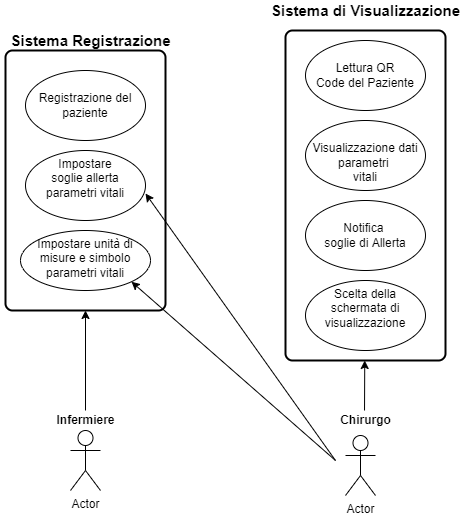
Above: doc/images/useCase.png in lucagiorgettismp/AzureHealthcareDigitalTwins (draw.io), before the change. Source tidied: cells renumbered, new cells last; positions are measured from the earlier drawing's top-left corner, leaving out a move shared by most shapes. Its diagram source:
```xml
<mxGraphModel>
  <root>
    <mxCell id="0" />
    <mxCell id="1" parent="0" />
    <mxCell id="2" value="&lt;br&gt;Lettura QR&lt;br&gt;Code del Paziente" style="ellipse;whiteSpace=wrap;html=1;verticalAlign=top;" parent="1" vertex="1">
      <mxGeometry x="305" y="40" width="120" height="70" as="geometry" />
    </mxCell>
    <mxCell id="3" style="rounded=1;whiteSpace=wrap;html=1;absoluteArcSize=1;arcSize=14;strokeWidth=2;fontSize=15;fillColor=none;" parent="1" vertex="1">
      <mxGeometry x="285" y="30" width="160" height="330" as="geometry" />
    </mxCell>
    <mxCell id="4" value="&lt;b&gt;Sistema di Visualizzazione&lt;/b&gt;" style="text;html=1;align=center;verticalAlign=middle;strokeColor=none;fillColor=none;fontSize=15;" parent="1" vertex="1">
      <mxGeometry x="265" width="200" height="20" as="geometry" />
    </mxCell>
    <mxCell id="5" value="&lt;br&gt;Visualizzazione dati parametri&amp;nbsp;&lt;br&gt;vitali" style="ellipse;whiteSpace=wrap;html=1;verticalAlign=top;" parent="1" vertex="1">
      <mxGeometry x="305" y="120" width="120" height="70" as="geometry" />
    </mxCell>
    <mxCell id="6" value="Scelta della schermata di visualizzazione" style="ellipse;whiteSpace=wrap;html=1;verticalAlign=top;" parent="1" vertex="1">
      <mxGeometry x="305" y="280" width="120" height="70" as="geometry" />
    </mxCell>
    <mxCell id="7" value="Actor" style="shape=umlActor;verticalLabelPosition=bottom;verticalAlign=top;html=1;" parent="1" vertex="1">
      <mxGeometry x="345" y="435" width="30" height="60" as="geometry" />
    </mxCell>
    <mxCell id="8" value="&lt;b&gt;Chirurgo&lt;/b&gt;" style="text;html=1;align=center;verticalAlign=middle;points=[];strokeColor=none;fillColor=none;" parent="1" vertex="1">
      <mxGeometry x="330" y="410" width="70" height="20" as="geometry" />
    </mxCell>
    <mxCell id="9" value="Actor" style="shape=umlActor;verticalLabelPosition=bottom;verticalAlign=top;html=1;" parent="1" vertex="1">
      <mxGeometry x="70" y="430" width="30" height="60" as="geometry" />
    </mxCell>
    <mxCell id="10" value="&lt;b&gt;Infermiere&lt;/b&gt;" style="text;html=1;align=center;verticalAlign=middle;points=[];strokeColor=none;fillColor=none;" parent="1" vertex="1">
      <mxGeometry x="50" y="410" width="70" height="20" as="geometry" />
    </mxCell>
    <mxCell id="11" value="&lt;br&gt;Registrazione del paziente" style="ellipse;whiteSpace=wrap;html=1;verticalAlign=top;" parent="1" vertex="1">
      <mxGeometry x="25" y="70" width="120" height="70" as="geometry" />
    </mxCell>
    <mxCell id="12" value="Impostare&lt;br&gt;soglie allerta parametri vitali" style="ellipse;whiteSpace=wrap;html=1;verticalAlign=top;" parent="1" vertex="1">
      <mxGeometry x="25" y="150" width="120" height="70" as="geometry" />
    </mxCell>
    <mxCell id="13" value="Impostare unità di misure e simbolo parametri vitali" style="ellipse;whiteSpace=wrap;html=1;verticalAlign=top;" parent="1" vertex="1">
      <mxGeometry x="20" y="230" width="130" height="60" as="geometry" />
    </mxCell>
    <mxCell id="14" style="rounded=1;whiteSpace=wrap;html=1;absoluteArcSize=1;arcSize=14;strokeWidth=2;fontSize=15;fillColor=none;" parent="1" vertex="1">
      <mxGeometry x="5" y="50" width="160" height="260" as="geometry" />
    </mxCell>
    <mxCell id="15" value="&lt;b&gt;Sistema Registrazione&lt;/b&gt;" style="text;html=1;align=center;verticalAlign=middle;strokeColor=none;fillColor=none;fontSize=15;" parent="1" vertex="1">
      <mxGeometry y="30" width="180" height="20" as="geometry" />
    </mxCell>
    <mxCell id="16" value="&lt;br&gt;Notifica &lt;br&gt;soglie di Allerta" style="ellipse;whiteSpace=wrap;html=1;verticalAlign=top;" parent="1" vertex="1">
      <mxGeometry x="305" y="200" width="120" height="70" as="geometry" />
    </mxCell>
    <mxCell id="17" style="endArrow=classic;html=1;rounded=0;fontSize=12;entryX=1;entryY=0.614;entryDx=0;entryDy=0;entryPerimeter=0;" parent="1" edge="1" target="12">
      <mxGeometry relative="1" as="geometry">
        <mxPoint x="335" y="460" as="sourcePoint" />
      </mxGeometry>
    </mxCell>
    <mxCell id="18" style="endArrow=classic;html=1;rounded=0;fontSize=12;entryX=1;entryY=1;entryDx=0;entryDy=0;" parent="1" edge="1" target="13">
      <mxGeometry relative="1" as="geometry">
        <mxPoint x="335" y="460" as="sourcePoint" />
      </mxGeometry>
    </mxCell>
    <mxCell id="19" style="endArrow=classic;html=1;rounded=0;fontSize=12;exitX=0.486;exitY=0;exitDx=0;exitDy=0;exitPerimeter=0;" parent="1" edge="1" source="8" target="3">
      <mxGeometry relative="1" as="geometry" />
    </mxCell>
    <mxCell id="20" style="endArrow=classic;html=1;rounded=0;fontSize=12;entryX=0.5;entryY=1;entryDx=0;entryDy=0;" parent="1" edge="1" source="10" target="14">
      <mxGeometry relative="1" as="geometry" />
    </mxCell>
  </root>
</mxGraphModel>
```
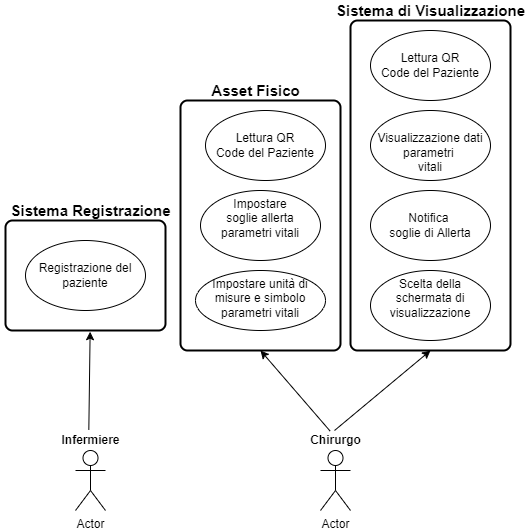
Later version of the same file.

The edit, as a diff of the source:
```diff
@@ -3,65 +3,67 @@
     <mxCell id="0" />
     <mxCell id="1" parent="0" />
     <mxCell id="2" value="&lt;br&gt;Lettura QR&lt;br&gt;Code del Paziente" style="ellipse;whiteSpace=wrap;html=1;verticalAlign=top;" parent="1" vertex="1">
-      <mxGeometry x="305" y="40" width="120" height="70" as="geometry" />
+      <mxGeometry x="315" y="10" width="120" height="70" as="geometry" />
     </mxCell>
     <mxCell id="3" style="rounded=1;whiteSpace=wrap;html=1;absoluteArcSize=1;arcSize=14;strokeWidth=2;fontSize=15;fillColor=none;" parent="1" vertex="1">
-      <mxGeometry x="285" y="30" width="160" height="330" as="geometry" />
+      <mxGeometry x="295" width="160" height="330" as="geometry" />
     </mxCell>
     <mxCell id="4" value="&lt;b&gt;Sistema di Visualizzazione&lt;/b&gt;" style="text;html=1;align=center;verticalAlign=middle;strokeColor=none;fillColor=none;fontSize=15;" parent="1" vertex="1">
-      <mxGeometry x="265" width="200" height="20" as="geometry" />
+      <mxGeometry x="275" y="-20" width="200" height="20" as="geometry" />
     </mxCell>
     <mxCell id="5" value="&lt;br&gt;Visualizzazione dati parametri&amp;nbsp;&lt;br&gt;vitali" style="ellipse;whiteSpace=wrap;html=1;verticalAlign=top;" parent="1" vertex="1">
-      <mxGeometry x="305" y="120" width="120" height="70" as="geometry" />
+      <mxGeometry x="315" y="90" width="120" height="70" as="geometry" />
     </mxCell>
     <mxCell id="6" value="Scelta della schermata di visualizzazione" style="ellipse;whiteSpace=wrap;html=1;verticalAlign=top;" parent="1" vertex="1">
-      <mxGeometry x="305" y="280" width="120" height="70" as="geometry" />
+      <mxGeometry x="315" y="250" width="120" height="70" as="geometry" />
     </mxCell>
     <mxCell id="7" value="Actor" style="shape=umlActor;verticalLabelPosition=bottom;verticalAlign=top;html=1;" parent="1" vertex="1">
-      <mxGeometry x="345" y="435" width="30" height="60" as="geometry" />
+      <mxGeometry x="265" y="430" width="30" height="60" as="geometry" />
     </mxCell>
     <mxCell id="8" value="&lt;b&gt;Chirurgo&lt;/b&gt;" style="text;html=1;align=center;verticalAlign=middle;points=[];strokeColor=none;fillColor=none;" parent="1" vertex="1">
-      <mxGeometry x="330" y="410" width="70" height="20" as="geometry" />
+      <mxGeometry x="245" y="410" width="70" height="20" as="geometry" />
     </mxCell>
     <mxCell id="9" value="Actor" style="shape=umlActor;verticalLabelPosition=bottom;verticalAlign=top;html=1;" parent="1" vertex="1">
-      <mxGeometry x="70" y="430" width="30" height="60" as="geometry" />
+      <mxGeometry x="20" y="430" width="30" height="60" as="geometry" />
     </mxCell>
     <mxCell id="10" value="&lt;b&gt;Infermiere&lt;/b&gt;" style="text;html=1;align=center;verticalAlign=middle;points=[];strokeColor=none;fillColor=none;" parent="1" vertex="1">
-      <mxGeometry x="50" y="410" width="70" height="20" as="geometry" />
+      <mxGeometry y="410" width="70" height="20" as="geometry" />
     </mxCell>
     <mxCell id="11" value="&lt;br&gt;Registrazione del paziente" style="ellipse;whiteSpace=wrap;html=1;verticalAlign=top;" parent="1" vertex="1">
-      <mxGeometry x="25" y="70" width="120" height="70" as="geometry" />
+      <mxGeometry x="-30" y="220" width="120" height="70" as="geometry" />
     </mxCell>
     <mxCell id="12" value="Impostare&lt;br&gt;soglie allerta parametri vitali" style="ellipse;whiteSpace=wrap;html=1;verticalAlign=top;" parent="1" vertex="1">
-      <mxGeometry x="25" y="150" width="120" height="70" as="geometry" />
+      <mxGeometry x="145" y="170" width="120" height="70" as="geometry" />
     </mxCell>
     <mxCell id="13" value="Impostare unità di misure e simbolo parametri vitali" style="ellipse;whiteSpace=wrap;html=1;verticalAlign=top;" parent="1" vertex="1">
-      <mxGeometry x="20" y="230" width="130" height="60" as="geometry" />
+      <mxGeometry x="140" y="250" width="130" height="60" as="geometry" />
     </mxCell>
     <mxCell id="14" style="rounded=1;whiteSpace=wrap;html=1;absoluteArcSize=1;arcSize=14;strokeWidth=2;fontSize=15;fillColor=none;" parent="1" vertex="1">
-      <mxGeometry x="5" y="50" width="160" height="260" as="geometry" />
+      <mxGeometry x="-50" y="200" width="160" height="110" as="geometry" />
     </mxCell>
     <mxCell id="15" value="&lt;b&gt;Sistema Registrazione&lt;/b&gt;" style="text;html=1;align=center;verticalAlign=middle;strokeColor=none;fillColor=none;fontSize=15;" parent="1" vertex="1">
-      <mxGeometry y="30" width="180" height="20" as="geometry" />
+      <mxGeometry x="-55" y="180" width="180" height="20" as="geometry" />
     </mxCell>
     <mxCell id="16" value="&lt;br&gt;Notifica &lt;br&gt;soglie di Allerta" style="ellipse;whiteSpace=wrap;html=1;verticalAlign=top;" parent="1" vertex="1">
-      <mxGeometry x="305" y="200" width="120" height="70" as="geometry" />
+      <mxGeometry x="315" y="170" width="120" height="70" as="geometry" />
     </mxCell>
-    <mxCell id="17" style="endArrow=classic;html=1;rounded=0;fontSize=12;entryX=1;entryY=0.614;entryDx=0;entryDy=0;entryPerimeter=0;" parent="1" edge="1" target="12">
-      <mxGeometry relative="1" as="geometry">
-        <mxPoint x="335" y="460" as="sourcePoint" />
-      </mxGeometry>
-    </mxCell>
-    <mxCell id="18" style="endArrow=classic;html=1;rounded=0;fontSize=12;entryX=1;entryY=1;entryDx=0;entryDy=0;" parent="1" edge="1" target="13">
-      <mxGeometry relative="1" as="geometry">
-        <mxPoint x="335" y="460" as="sourcePoint" />
-      </mxGeometry>
-    </mxCell>
-    <mxCell id="19" style="endArrow=classic;html=1;rounded=0;fontSize=12;exitX=0.486;exitY=0;exitDx=0;exitDy=0;exitPerimeter=0;" parent="1" edge="1" source="8" target="3">
+    <mxCell id="19" style="endArrow=classic;html=1;rounded=0;fontSize=12;exitX=0.486;exitY=0;exitDx=0;exitDy=0;exitPerimeter=0;entryX=0.5;entryY=1;entryDx=0;entryDy=0;" parent="1" edge="1" source="8" target="3">
       <mxGeometry relative="1" as="geometry" />
     </mxCell>
-    <mxCell id="20" style="endArrow=classic;html=1;rounded=0;fontSize=12;entryX=0.5;entryY=1;entryDx=0;entryDy=0;" parent="1" edge="1" source="10" target="14">
+    <mxCell id="20" style="endArrow=classic;html=1;rounded=0;exitX=0.476;exitY=-0.028;exitDx=0;exitDy=0;exitPerimeter=0;entryX=0.529;entryY=1.011;entryDx=0;entryDy=0;entryPerimeter=0;" parent="1" edge="1" source="10" target="14">
       <mxGeometry relative="1" as="geometry" />
     </mxCell>
+    <mxCell id="21" style="rounded=1;whiteSpace=wrap;html=1;absoluteArcSize=1;arcSize=14;strokeWidth=2;fontSize=15;fillColor=none;" parent="1" vertex="1">
+      <mxGeometry x="125" y="80" width="160" height="250" as="geometry" />
+    </mxCell>
+    <mxCell id="22" value="&lt;b&gt;Asset Fisico&lt;/b&gt;" style="text;html=1;align=center;verticalAlign=middle;strokeColor=none;fillColor=none;fontSize=15;" parent="1" vertex="1">
+      <mxGeometry x="150" y="60" width="100" height="20" as="geometry" />
+    </mxCell>
+    <mxCell id="23" style="endArrow=classic;html=1;rounded=0;fontSize=12;entryX=0.5;entryY=1;entryDx=0;entryDy=0;exitX=0.424;exitY=0.033;exitDx=0;exitDy=0;exitPerimeter=0;" parent="1" edge="1" source="8" target="21">
+      <mxGeometry relative="1" as="geometry" />
+    </mxCell>
+    <mxCell id="24" value="&lt;br&gt;Lettura QR&lt;br&gt;Code del Paziente" style="ellipse;whiteSpace=wrap;html=1;verticalAlign=top;" parent="1" vertex="1">
+      <mxGeometry x="150" y="90" width="120" height="70" as="geometry" />
+    </mxCell>
   </root>
 </mxGraphModel>
```
